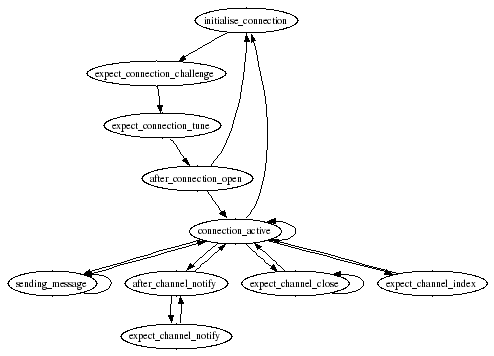
The Graphviz diagram doc/amq_sclient_agent.png in imatix/openamq, before a commit. Its source is kept beside it as doc/amq_sclient_agent.dot.
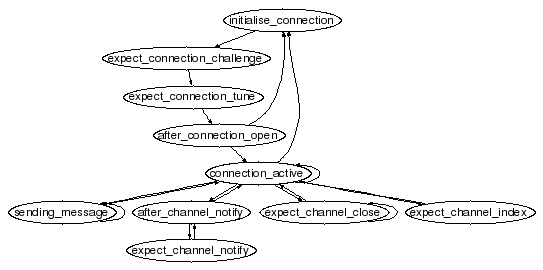
The same file after the commit.

Commit message:
Custom font size

Diff of the diagram source:
```diff
@@ -1,5 +1,6 @@
 digraph {
-    size = "5,8";
+    size = "5.5,8";
+    node [fontname=Helvetica, fontsize=30];
     subgraph client {
         initialise_connection -> expect_connection_challenge;
         expect_connection_challenge -> expect_connection_tune;
```
